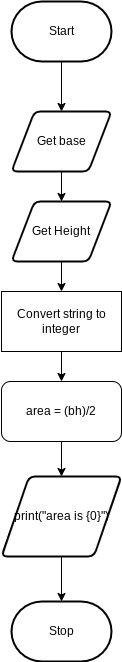
Earlier version of the draw.io export flowchart.png (Huzaifa-Khalid-2/ICS3U-Unit5-02-Python). Source tidied: cells renumbered, new cells last; positions are measured from the earlier drawing's top-left corner, leaving out a move shared by most shapes.
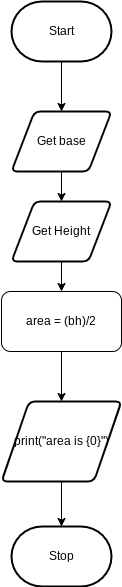
Above is the later version.

What changed in the source:
```diff
@@ -16,32 +16,30 @@
     <mxCell id="5" value="Get base" style="shape=parallelogram;html=1;strokeWidth=2;perimeter=parallelogramPerimeter;whiteSpace=wrap;rounded=1;arcSize=12;size=0.23;" parent="1" vertex="1">
       <mxGeometry x="10" y="110" width="100" height="60" as="geometry" />
     </mxCell>
-    <mxCell id="6" style="edgeStyle=none;html=1;entryX=0.5;entryY=0;entryDx=0;entryDy=0;" parent="1" edge="1" source="7" target="9">
-      <mxGeometry relative="1" as="geometry" />
+    <mxCell id="6" style="edgeStyle=none;html=1;entryX=0.5;entryY=0;entryDx=0;entryDy=0;" parent="1" edge="1" source="7">
+      <mxGeometry relative="1" as="geometry">
+        <mxPoint x="60" y="290" as="targetPoint" />
+      </mxGeometry>
     </mxCell>
     <mxCell id="7" value="Get Height" style="shape=parallelogram;html=1;strokeWidth=2;perimeter=parallelogramPerimeter;whiteSpace=wrap;rounded=1;arcSize=12;size=0.23;" parent="1" vertex="1">
       <mxGeometry x="10" y="200" width="100" height="60" as="geometry" />
     </mxCell>
-    <mxCell id="8" style="edgeStyle=none;html=1;entryX=0.5;entryY=0;entryDx=0;entryDy=0;" parent="1" edge="1" source="9" target="11">
-      <mxGeometry relative="1" as="geometry" />
-    </mxCell>
-    <mxCell id="9" value="Convert string to integer" style="rounded=0;whiteSpace=wrap;html=1;" parent="1" vertex="1">
-      <mxGeometry y="290" width="120" height="60" as="geometry" />
-    </mxCell>
-    <mxCell id="10" style="edgeStyle=none;html=1;" parent="1" edge="1" source="11" target="13">
-      <mxGeometry relative="1" as="geometry" />
+    <mxCell id="10" style="edgeStyle=none;html=1;" parent="1" edge="1" source="11">
+      <mxGeometry relative="1" as="geometry">
+        <mxPoint x="60" y="400" as="targetPoint" />
+      </mxGeometry>
     </mxCell>
     <mxCell id="11" value="area = (bh)/2" style="rounded=1;whiteSpace=wrap;html=1;" parent="1" vertex="1">
-      <mxGeometry y="380" width="120" height="60" as="geometry" />
+      <mxGeometry y="290" width="120" height="60" as="geometry" />
     </mxCell>
     <mxCell id="12" style="edgeStyle=none;html=1;" parent="1" edge="1" source="13" target="14">
       <mxGeometry relative="1" as="geometry" />
     </mxCell>
     <mxCell id="13" value="print(&quot;area is {0}&quot;)" style="shape=parallelogram;html=1;strokeWidth=2;perimeter=parallelogramPerimeter;whiteSpace=wrap;rounded=1;arcSize=12;size=0.23;" parent="1" vertex="1">
-      <mxGeometry y="475" width="120" height="80" as="geometry" />
+      <mxGeometry y="400" width="120" height="80" as="geometry" />
     </mxCell>
     <mxCell id="14" value="Stop" style="strokeWidth=2;html=1;shape=mxgraph.flowchart.terminator;whiteSpace=wrap;" parent="1" vertex="1">
-      <mxGeometry x="10" y="600" width="100" height="60" as="geometry" />
+      <mxGeometry x="10" y="525" width="100" height="60" as="geometry" />
     </mxCell>
   </root>
 </mxGraphModel>
```
